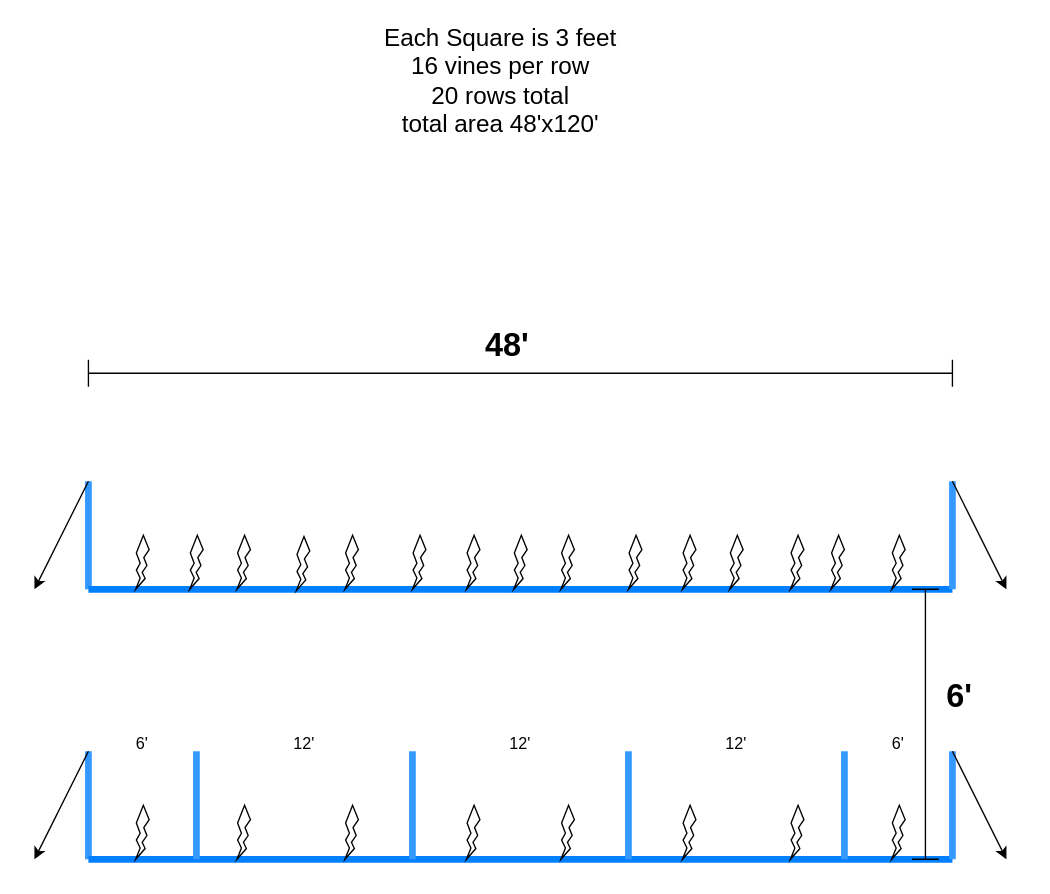
Earlier version of the draw.io diagram Untitled Diagram.drawio (praveensehgal/APPS). Source tidied: cells renumbered, new cells numbered last; positions are measured from the earlier drawing's top-left corner, leaving out a move shared by most shapes. Both pictures are drawn from the tidied source at 135%, with x=0, y=0 at pixel (34, 76).
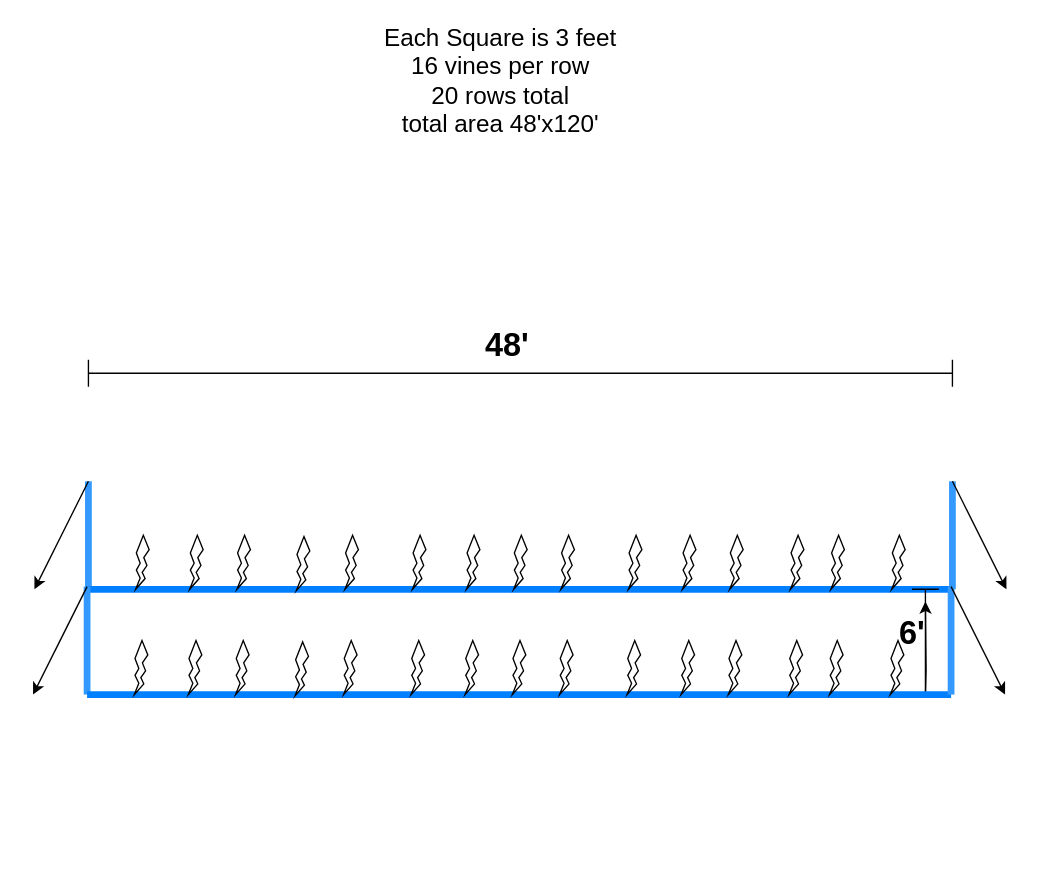
The same page after the edit.

The edit, as a diff of the source:
```diff
@@
-    <mxCell id="17" style="endArrow=none;html=1;rounded=0;strokeColor=#3399FF;strokeWidth=5;endSize=10;startSize=10;" parent="1" edge="1">
-      <mxGeometry relative="1" as="geometry">
-        <mxPoint x="40" y="580" as="sourcePoint" />
-        <mxPoint x="40" y="500" as="targetPoint" />
-      </mxGeometry>
-    </mxCell>
-    <mxCell id="18" style="endArrow=none;html=1;rounded=0;strokeWidth=5;strokeColor=#007FFF;" parent="1" edge="1">
-      <mxGeometry relative="1" as="geometry">
-        <mxPoint x="40" y="580" as="sourcePoint" />
-        <mxPoint x="680" y="580" as="targetPoint" />
-      </mxGeometry>
-    </mxCell>
-    <mxCell id="19" style="endArrow=none;html=1;rounded=0;strokeColor=#3399FF;strokeWidth=5;endSize=10;startSize=10;" parent="1" edge="1">
-      <mxGeometry relative="1" as="geometry">
-        <mxPoint x="280" y="580" as="sourcePoint" />
-        <mxPoint x="280" y="500" as="targetPoint" />
-      </mxGeometry>
-    </mxCell>
-    <mxCell id="20" style="endArrow=none;html=1;rounded=0;strokeColor=#3399FF;strokeWidth=5;endSize=10;startSize=10;" parent="1" edge="1">
-      <mxGeometry relative="1" as="geometry">
-        <mxPoint x="440" y="580" as="sourcePoint" />
-        <mxPoint x="440" y="500" as="targetPoint" />
-      </mxGeometry>
-    </mxCell>
-    <mxCell id="21" style="endArrow=none;html=1;rounded=0;strokeColor=#3399FF;strokeWidth=5;endSize=10;startSize=10;" parent="1" edge="1">
-      <mxGeometry relative="1" as="geometry">
-        <mxPoint x="600" y="580" as="sourcePoint" />
-        <mxPoint x="600" y="500" as="targetPoint" />
-      </mxGeometry>
-    </mxCell>
-    <mxCell id="22" style="endArrow=none;html=1;rounded=0;strokeColor=#3399FF;strokeWidth=5;endSize=10;startSize=10;" parent="1" edge="1">
-      <mxGeometry relative="1" as="geometry">
-        <mxPoint x="680" y="580" as="sourcePoint" />
-        <mxPoint x="680" y="500" as="targetPoint" />
-      </mxGeometry>
-    </mxCell>
-    <mxCell id="23" style="endArrow=none;html=1;rounded=0;strokeColor=#3399FF;strokeWidth=5;endSize=10;startSize=10;" parent="1" edge="1">
-      <mxGeometry relative="1" as="geometry">
-        <mxPoint x="120" y="580" as="sourcePoint" />
-        <mxPoint x="120" y="500" as="targetPoint" />
-      </mxGeometry>
-    </mxCell>
-    <mxCell id="24" value="6'" style="text;html=1;align=center;verticalAlign=middle;whiteSpace=wrap;rounded=0;" parent="1" vertex="1">
-      <mxGeometry x="50" y="480" width="60" height="30" as="geometry" />
-    </mxCell>
-    <mxCell id="25" value="6'" style="text;html=1;align=center;verticalAlign=middle;whiteSpace=wrap;rounded=0;" parent="1" vertex="1">
-      <mxGeometry x="610" y="480" width="60" height="30" as="geometry" />
-    </mxCell>
-    <mxCell id="26" value="12'" style="text;html=1;align=center;verticalAlign=middle;whiteSpace=wrap;rounded=0;" parent="1" vertex="1">
-      <mxGeometry x="490" y="480" width="60" height="30" as="geometry" />
-    </mxCell>
-    <mxCell id="27" value="12'" style="text;html=1;align=center;verticalAlign=middle;whiteSpace=wrap;rounded=0;" parent="1" vertex="1">
-      <mxGeometry x="330" y="480" width="60" height="30" as="geometry" />
-    </mxCell>
-    <mxCell id="28" value="12'" style="text;html=1;align=center;verticalAlign=middle;whiteSpace=wrap;rounded=0;" parent="1" vertex="1">
-      <mxGeometry x="170" y="480" width="60" height="30" as="geometry" />
-    </mxCell>
-    <mxCell id="29" style="verticalLabelPosition=bottom;verticalAlign=top;html=1;shape=mxgraph.basic.flash;" parent="1" vertex="1">
-      <mxGeometry x="150" y="540" width="10" height="40" as="geometry" />
-    </mxCell>
-    <mxCell id="30" style="verticalLabelPosition=bottom;verticalAlign=top;html=1;shape=mxgraph.basic.flash;" parent="1" vertex="1">
-      <mxGeometry x="230" y="540" width="10" height="40" as="geometry" />
-    </mxCell>
-    <mxCell id="31" style="verticalLabelPosition=bottom;verticalAlign=top;html=1;shape=mxgraph.basic.flash;" parent="1" vertex="1">
-      <mxGeometry x="320" y="540" width="10" height="40" as="geometry" />
-    </mxCell>
-    <mxCell id="32" style="verticalLabelPosition=bottom;verticalAlign=top;html=1;shape=mxgraph.basic.flash;" parent="1" vertex="1">
-      <mxGeometry x="390" y="540" width="10" height="40" as="geometry" />
-    </mxCell>
-    <mxCell id="33" style="verticalLabelPosition=bottom;verticalAlign=top;html=1;shape=mxgraph.basic.flash;" parent="1" vertex="1">
-      <mxGeometry x="480" y="540" width="10" height="40" as="geometry" />
-    </mxCell>
-    <mxCell id="34" style="verticalLabelPosition=bottom;verticalAlign=top;html=1;shape=mxgraph.basic.flash;" parent="1" vertex="1">
-      <mxGeometry x="560" y="540" width="10" height="40" as="geometry" />
-    </mxCell>
-    <mxCell id="35" style="verticalLabelPosition=bottom;verticalAlign=top;html=1;shape=mxgraph.basic.flash;" parent="1" vertex="1">
-      <mxGeometry x="75" y="540" width="10" height="40" as="geometry" />
-    </mxCell>
-    <mxCell id="36" style="verticalLabelPosition=bottom;verticalAlign=top;html=1;shape=mxgraph.basic.flash;" parent="1" vertex="1">
-      <mxGeometry x="635" y="540" width="10" height="40" as="geometry" />
-    </mxCell>
-    <mxCell id="37" style="endArrow=classic;html=1;rounded=0;" parent="1" edge="1">
-      <mxGeometry relative="1" as="geometry">
-        <mxPoint x="680" y="500" as="sourcePoint" />
-        <mxPoint x="720" y="580" as="targetPoint" />
-      </mxGeometry>
-    </mxCell>
-    <mxCell id="38" style="endArrow=classic;html=1;rounded=0;" parent="1" edge="1">
-      <mxGeometry relative="1" as="geometry">
-        <mxPoint x="40" y="500" as="sourcePoint" />
-        <mxPoint y="580" as="targetPoint" />
-      </mxGeometry>
-    </mxCell>
     <mxCell id="39" style="shape=crossbar;whiteSpace=wrap;html=1;rounded=1;rotation=90;" parent="1" vertex="1">
-      <mxGeometry x="560" y="470" width="200" height="20" as="geometry" />
+      <mxGeometry x="620" y="410" width="80" height="20" as="geometry" />
     </mxCell>
     <mxCell id="40" value="6'" style="text;strokeColor=none;fillColor=none;html=1;fontSize=24;fontStyle=1;verticalAlign=middle;align=center;" parent="1" vertex="1">
-      <mxGeometry x="635" y="440" width="100" height="40" as="geometry" />
+      <mxGeometry x="600" y="393" width="100" height="40" as="geometry" />
     </mxCell>
@@
+    <mxCell id="49" style="edgeStyle=orthogonalEdgeStyle;rounded=0;jettySize=auto;html=1;entryX=0.113;entryY=0.5;entryDx=0;entryDy=0;entryPerimeter=0;" parent="1" edge="1" target="39">
+      <mxGeometry relative="1" as="geometry">
+        <mxPoint x="660" y="460" as="sourcePoint" />
+      </mxGeometry>
+    </mxCell>
+    <mxCell id="50" style="endArrow=none;html=1;rounded=0;strokeColor=#3399FF;strokeWidth=5;endSize=10;startSize=10;" parent="1" edge="1">
+      <mxGeometry relative="1" as="geometry">
+        <mxPoint x="39" y="458" as="sourcePoint" />
+        <mxPoint x="39" y="378" as="targetPoint" />
+      </mxGeometry>
+    </mxCell>
+    <mxCell id="51" style="endArrow=none;html=1;rounded=0;strokeWidth=5;strokeColor=#007FFF;" parent="1" edge="1">
+      <mxGeometry relative="1" as="geometry">
+        <mxPoint x="39" y="458" as="sourcePoint" />
+        <mxPoint x="679" y="458" as="targetPoint" />
+      </mxGeometry>
+    </mxCell>
+    <mxCell id="52" style="endArrow=none;html=1;rounded=0;strokeColor=#3399FF;strokeWidth=5;endSize=10;startSize=10;" parent="1" edge="1">
+      <mxGeometry relative="1" as="geometry">
+        <mxPoint x="679" y="458" as="sourcePoint" />
+        <mxPoint x="679" y="378" as="targetPoint" />
+      </mxGeometry>
+    </mxCell>
+    <mxCell id="53" style="verticalLabelPosition=bottom;verticalAlign=top;html=1;shape=mxgraph.basic.flash;" parent="1" vertex="1">
+      <mxGeometry x="149" y="418" width="10" height="40" as="geometry" />
+    </mxCell>
+    <mxCell id="54" style="verticalLabelPosition=bottom;verticalAlign=top;html=1;shape=mxgraph.basic.flash;" parent="1" vertex="1">
+      <mxGeometry x="229" y="418" width="10" height="40" as="geometry" />
+    </mxCell>
+    <mxCell id="55" style="verticalLabelPosition=bottom;verticalAlign=top;html=1;shape=mxgraph.basic.flash;" parent="1" vertex="1">
+      <mxGeometry x="319" y="418" width="10" height="40" as="geometry" />
+    </mxCell>
+    <mxCell id="56" style="verticalLabelPosition=bottom;verticalAlign=top;html=1;shape=mxgraph.basic.flash;" parent="1" vertex="1">
+      <mxGeometry x="389" y="418" width="10" height="40" as="geometry" />
+    </mxCell>
+    <mxCell id="57" style="verticalLabelPosition=bottom;verticalAlign=top;html=1;shape=mxgraph.basic.flash;" parent="1" vertex="1">
+      <mxGeometry x="479" y="418" width="10" height="40" as="geometry" />
+    </mxCell>
+    <mxCell id="58" style="verticalLabelPosition=bottom;verticalAlign=top;html=1;shape=mxgraph.basic.flash;" parent="1" vertex="1">
+      <mxGeometry x="559" y="418" width="10" height="40" as="geometry" />
+    </mxCell>
+    <mxCell id="59" style="verticalLabelPosition=bottom;verticalAlign=top;html=1;shape=mxgraph.basic.flash;" parent="1" vertex="1">
+      <mxGeometry x="74" y="418" width="10" height="40" as="geometry" />
+    </mxCell>
+    <mxCell id="60" style="verticalLabelPosition=bottom;verticalAlign=top;html=1;shape=mxgraph.basic.flash;" parent="1" vertex="1">
+      <mxGeometry x="634" y="418" width="10" height="40" as="geometry" />
+    </mxCell>
+    <mxCell id="61" style="endArrow=classic;html=1;rounded=0;" parent="1" edge="1">
+      <mxGeometry relative="1" as="geometry">
+        <mxPoint x="679" y="378" as="sourcePoint" />
+        <mxPoint x="719" y="458" as="targetPoint" />
+      </mxGeometry>
+    </mxCell>
+    <mxCell id="62" style="endArrow=classic;html=1;rounded=0;" parent="1" edge="1">
+      <mxGeometry relative="1" as="geometry">
+        <mxPoint x="39" y="378" as="sourcePoint" />
+        <mxPoint x="-1" y="458" as="targetPoint" />
+      </mxGeometry>
+    </mxCell>
+    <mxCell id="63" style="verticalLabelPosition=bottom;verticalAlign=top;html=1;shape=mxgraph.basic.flash;" parent="1" vertex="1">
+      <mxGeometry x="114" y="418" width="10" height="40" as="geometry" />
+    </mxCell>
+    <mxCell id="64" style="verticalLabelPosition=bottom;verticalAlign=top;html=1;shape=mxgraph.basic.flash;" parent="1" vertex="1">
+      <mxGeometry x="193" y="419" width="10" height="40" as="geometry" />
+    </mxCell>
+    <mxCell id="65" style="verticalLabelPosition=bottom;verticalAlign=top;html=1;shape=mxgraph.basic.flash;" parent="1" vertex="1">
+      <mxGeometry x="279" y="418" width="10" height="40" as="geometry" />
+    </mxCell>
+    <mxCell id="66" style="verticalLabelPosition=bottom;verticalAlign=top;html=1;shape=mxgraph.basic.flash;" parent="1" vertex="1">
+      <mxGeometry x="354" y="418" width="10" height="40" as="geometry" />
+    </mxCell>
+    <mxCell id="67" style="verticalLabelPosition=bottom;verticalAlign=top;html=1;shape=mxgraph.basic.flash;" parent="1" vertex="1">
+      <mxGeometry x="439" y="418" width="10" height="40" as="geometry" />
+    </mxCell>
+    <mxCell id="68" style="verticalLabelPosition=bottom;verticalAlign=top;html=1;shape=mxgraph.basic.flash;" parent="1" vertex="1">
+      <mxGeometry x="514" y="418" width="10" height="40" as="geometry" />
+    </mxCell>
+    <mxCell id="69" style="verticalLabelPosition=bottom;verticalAlign=top;html=1;shape=mxgraph.basic.flash;" parent="1" vertex="1">
+      <mxGeometry x="589" y="418" width="10" height="40" as="geometry" />
+    </mxCell>
```
